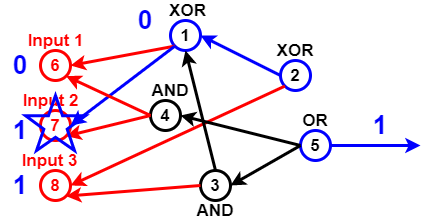
Before: Untitled Diagram.png, a diagram exported from draw.io (sara1024/-CCF201412-2-Z-). Source tidied: cells renumbered, new cells last; positions are measured from the earlier drawing's top-left corner, leaving out a move shared by most shapes.
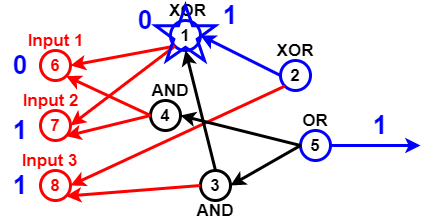
The same file after the commit.

Diff of the diagram source:
```diff
@@ -17,7 +17,7 @@
     <mxCell id="6" style="endArrow=classic;html=1;fontSize=17;fontColor=#000000;strokeWidth=3;entryX=1;entryY=0.5;entryDx=0;entryDy=0;exitX=0;exitY=1;exitDx=0;exitDy=0;strokeColor=#FF0000;" parent="1" edge="1" source="5" target="2">
       <mxGeometry relative="1" as="geometry" />
     </mxCell>
-    <mxCell id="7" style="endArrow=classic;html=1;strokeWidth=3;fontSize=17;fontColor=#000000;entryX=1;entryY=0.5;entryDx=0;entryDy=0;exitX=0;exitY=1;exitDx=0;exitDy=0;strokeColor=#0000FF;" parent="1" edge="1" source="5" target="3">
+    <mxCell id="7" style="endArrow=classic;html=1;strokeWidth=3;fontSize=17;fontColor=#000000;entryX=1;entryY=0.5;entryDx=0;entryDy=0;exitX=0;exitY=1;exitDx=0;exitDy=0;strokeColor=#FF0000;" parent="1" edge="1" source="5" target="3">
       <mxGeometry relative="1" as="geometry" />
     </mxCell>
     <mxCell id="8" value="4" style="ellipse;whiteSpace=wrap;html=1;strokeColor=#000000;strokeWidth=3;fillColor=none;fontSize=17;fontColor=#000000;fontStyle=1;" parent="1" vertex="1">
@@ -98,10 +98,13 @@
       </mxGeometry>
     </mxCell>
     <mxCell id="33" style="verticalLabelPosition=bottom;verticalAlign=top;html=1;shape=mxgraph.basic.star;strokeWidth=3;fillColor=none;gradientColor=none;fontSize=26;fontColor=#0000FF;strokeColor=#0000FF;" parent="1" vertex="1">
-      <mxGeometry x="25" y="95" width="60" height="55" as="geometry" />
+      <mxGeometry x="155" y="5" width="60" height="55" as="geometry" />
     </mxCell>
     <mxCell id="34" value="0" style="text;html=1;strokeColor=none;fillColor=none;align=center;verticalAlign=middle;whiteSpace=wrap;rounded=0;fontSize=26;fontColor=#0000FF;fontStyle=1;" parent="1" vertex="1">
       <mxGeometry x="125" y="10" width="40" height="20" as="geometry" />
     </mxCell>
+    <mxCell id="35" value="1" style="text;html=1;strokeColor=none;fillColor=none;align=center;verticalAlign=middle;whiteSpace=wrap;rounded=0;fontSize=26;fontColor=#0000FF;fontStyle=1;" parent="1" vertex="1">
+      <mxGeometry x="210" y="5" width="40" height="20" as="geometry" />
+    </mxCell>
   </root>
 </mxGraphModel>
```
